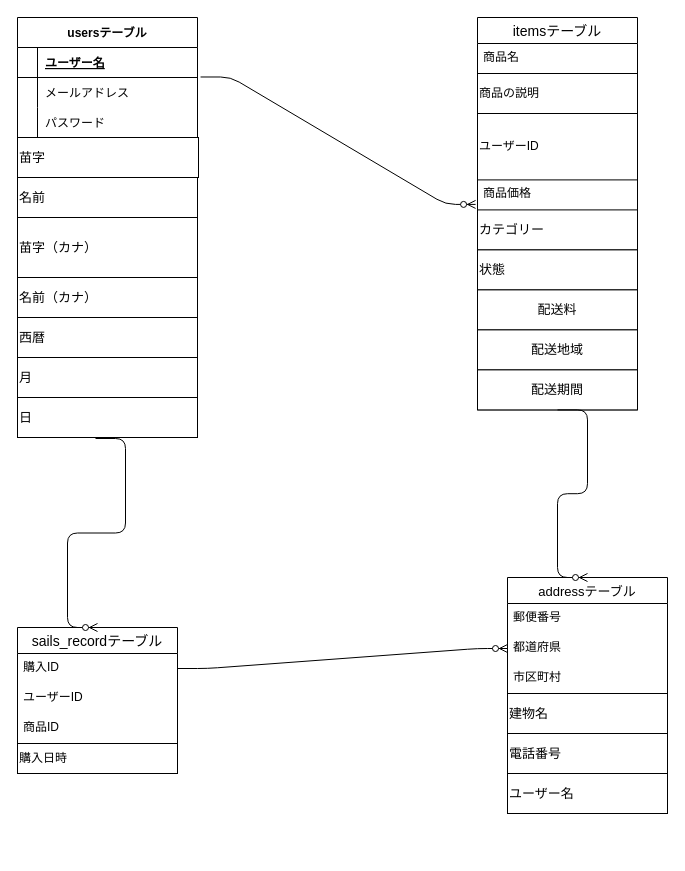
nari19940414/furima-39064 keeps this draw.io diagram as test.dio. Above is the earlier version. Source tidied: cells renumbered, new cells numbered last; positions are measured from the earlier drawing's top-left corner, leaving out a move shared by most shapes. Both pictures are drawn from the tidied source at 100%, with x=0, y=0 at pixel (17, 17).
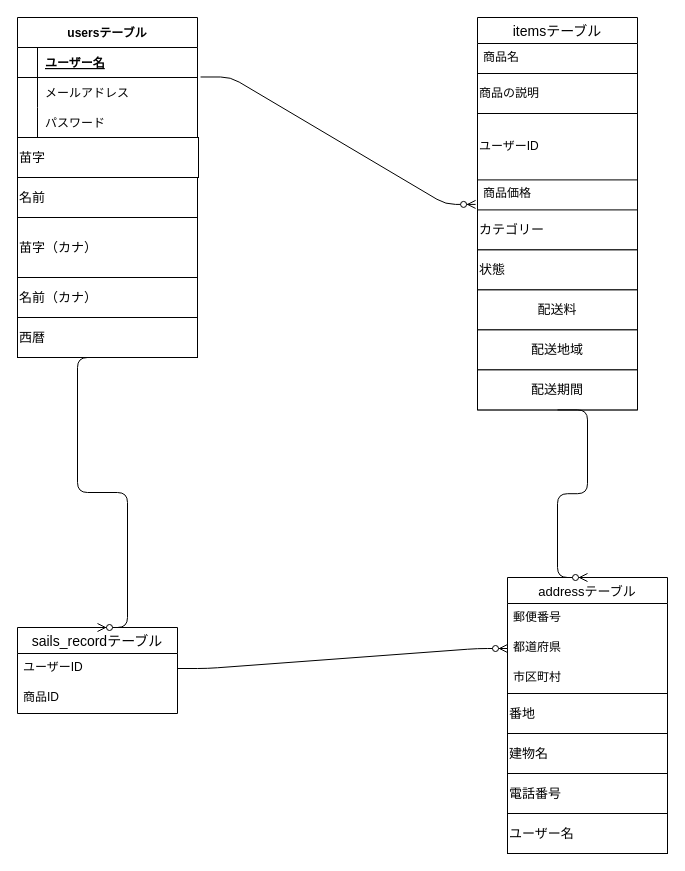
Above is the later version.

Commit message (it also covers changes not shown here):
データベース設計③回目修正

Unchanged cells that the change refers to:
```xml
<mxCell id="29" value="都道府県" style="text;strokeColor=none;fillColor=none;spacingLeft=4;spacingRight=4;overflow=hidden;points=[[0,0.5],[1,0.5]];portConstraint=eastwest;fontSize=12;" parent="27" vertex="1">
  <mxGeometry y="56" width="160" height="30" as="geometry" />
</mxCell>
<mxCell id="38" value="西暦" style="whiteSpace=wrap;html=1;align=left;fontSize=13;" parent="1" vertex="1">
  <mxGeometry y="300" width="180" height="40" as="geometry" />
</mxCell>
```

What changed in the source:
```diff
@@
     <mxCell id="22" value="sails_recordテーブル" style="swimlane;fontStyle=0;horizontal=1;startSize=26;align=center;fontSize=14;" parent="1" vertex="1">
-      <mxGeometry y="610" width="160" height="146" as="geometry" />
+      <mxGeometry y="610" width="160" height="86" as="geometry" />
     </mxCell>
-    <mxCell id="23" value="購入ID " style="text;strokeColor=none;fillColor=none;spacingLeft=4;spacingRight=4;overflow=hidden;points=[[0,0.5],[1,0.5]];portConstraint=eastwest;fontSize=12;" parent="22" vertex="1">
-      <mxGeometry y="26" width="160" height="30" as="geometry" />
-    </mxCell>
     <mxCell id="24" value="ユーザーID" style="text;strokeColor=none;fillColor=none;spacingLeft=4;spacingRight=4;overflow=hidden;fontSize=12;" parent="22" vertex="1">
-      <mxGeometry y="56" width="160" height="30" as="geometry" />
+      <mxGeometry y="26" width="160" height="30" as="geometry" />
     </mxCell>
     <mxCell id="25" value="商品ID" style="text;strokeColor=none;fillColor=none;spacingLeft=4;spacingRight=4;overflow=hidden;fontSize=12;" parent="22" vertex="1">
-      <mxGeometry y="86" width="160" height="30" as="geometry" />
+      <mxGeometry y="56" width="160" height="30" as="geometry" />
     </mxCell>
-    <mxCell id="26" value="購入日時" style="whiteSpace=wrap;html=1;align=left;" parent="22" vertex="1">
-      <mxGeometry y="116" width="160" height="30" as="geometry" />
-    </mxCell>
     <mxCell id="27" value="addressテーブル" style="swimlane;fontStyle=0;horizontal=1;startSize=26;align=center;fontSize=13;" parent="1" vertex="1">
-      <mxGeometry x="490" y="560" width="160" height="236" as="geometry" />
+      <mxGeometry x="490" y="560" width="160" height="276" as="geometry" />
     </mxCell>
@@
+    <mxCell id="45" value="番地" style="whiteSpace=wrap;html=1;align=left;fontSize=13;" parent="27" vertex="1">
+      <mxGeometry y="116" width="160" height="40" as="geometry" />
+    </mxCell>
     <mxCell id="31" value="建物名" style="whiteSpace=wrap;html=1;align=left;fontSize=13;" parent="27" vertex="1">
-      <mxGeometry y="116" width="160" height="40" as="geometry" />
+      <mxGeometry y="156" width="160" height="40" as="geometry" />
     </mxCell>
     <mxCell id="32" value="電話番号" style="whiteSpace=wrap;html=1;align=left;fontSize=13;" parent="27" vertex="1">
-      <mxGeometry y="156" width="160" height="40" as="geometry" />
+      <mxGeometry y="196" width="160" height="40" as="geometry" />
     </mxCell>
     <mxCell id="33" value="ユーザー名" style="whiteSpace=wrap;html=1;align=left;fontSize=13;" parent="27" vertex="1">
-      <mxGeometry y="196" width="160" height="40" as="geometry" />
+      <mxGeometry y="236" width="160" height="40" as="geometry" />
     </mxCell>
@@
-    <mxCell id="35" style="edgeStyle=entityRelationEdgeStyle;fontSize=12;html=1;endArrow=ERzeroToMany;endFill=1;exitX=1;exitY=0.5;exitDx=0;exitDy=0;entryX=0;entryY=0.5;entryDx=0;entryDy=0;" parent="1" edge="1" source="23" target="29">
-      <mxGeometry relative="1" as="geometry" />
+    <mxCell id="35" style="edgeStyle=entityRelationEdgeStyle;fontSize=12;html=1;endArrow=ERzeroToMany;endFill=1;exitX=1;exitY=0.5;exitDx=0;exitDy=0;entryX=0;entryY=0.5;entryDx=0;entryDy=0;" parent="1" edge="1" target="29">
+      <mxGeometry relative="1" as="geometry">
+        <mxPoint x="160" y="651" as="sourcePoint" />
+      </mxGeometry>
     </mxCell>
-    <mxCell id="36" value="日" style="whiteSpace=wrap;html=1;align=left;fontSize=13;" parent="1" vertex="1">
-      <mxGeometry y="380" width="180" height="40" as="geometry" />
-    </mxCell>
-    <mxCell id="37" value="月" style="whiteSpace=wrap;html=1;align=left;fontSize=13;" parent="1" vertex="1">
-      <mxGeometry y="340" width="180" height="40" as="geometry" />
-    </mxCell>
@@
-    <mxCell id="44" style="edgeStyle=entityRelationEdgeStyle;fontSize=12;html=1;endArrow=ERzeroToMany;endFill=1;exitX=1.017;exitY=-0.017;exitDx=0;exitDy=0;exitPerimeter=0;entryX=0.5;entryY=0;entryDx=0;entryDy=0;" parent="1" edge="1" target="22">
-      <mxGeometry relative="1" as="geometry">
-        <mxPoint x="78" y="421" as="sourcePoint" />
-      </mxGeometry>
+    <mxCell id="44" style="edgeStyle=entityRelationEdgeStyle;fontSize=12;html=1;endArrow=ERzeroToMany;endFill=1;entryX=0.5;entryY=0;entryDx=0;entryDy=0;exitX=0.5;exitY=1;exitDx=0;exitDy=0;" parent="1" edge="1" source="38" target="22">
+      <mxGeometry relative="1" as="geometry" />
     </mxCell>
```
